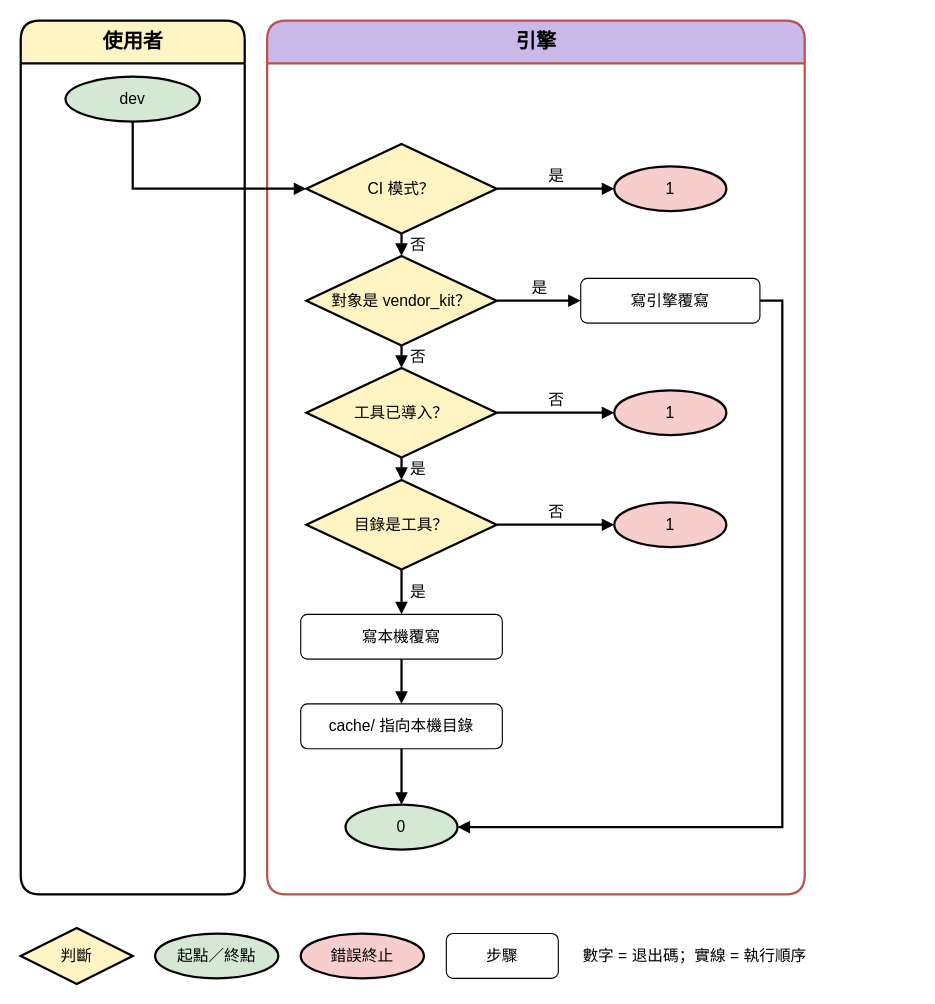
Above: page "dev 流程" (4 of 11) of doc/decisions/research/diagram_proposals/proposal_claude_v3.drawio in ycpss91255-research/vendor_kit (draw.io), before the change. Source tidied: cells renumbered, new cells numbered last; positions are measured from the earlier drawing's top-left corner, leaving out a move shared by most shapes. Both pictures are drawn from the tidied source at 112%, with x=0, y=0 at pixel (20, 20).
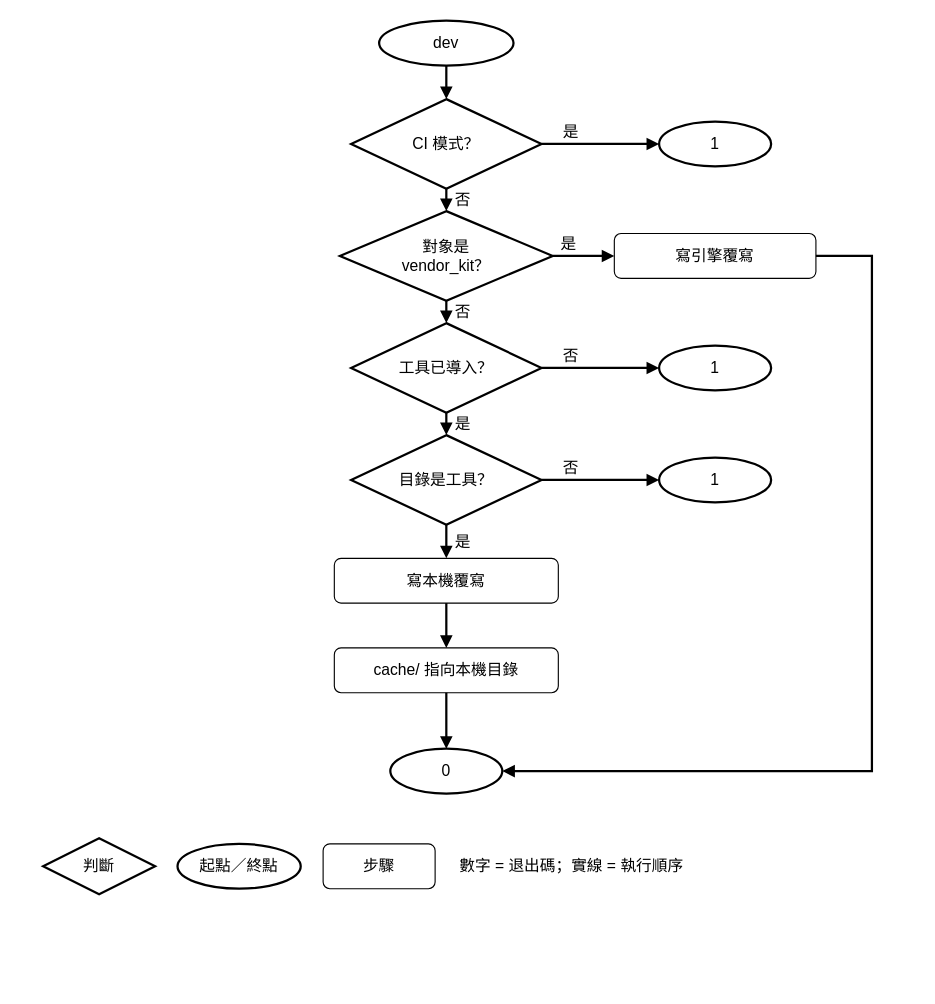
The same diagram, later.

The edit, as a diff of the source:
```diff
@@
-    <mxCell id="2" value="使用者" style="swimlane;html=1;rounded=1;startSize=38;fontStyle=1;fontSize=18;fillColor=#FFF4C3;swimlaneFillColor=#ffffff;strokeColor=#000000;strokeWidth=2;" parent="1" vertex="1">
-      <mxGeometry width="200" height="780" as="geometry" />
-    </mxCell>
-    <mxCell id="3" value="引擎" style="swimlane;html=1;rounded=1;startSize=38;fontStyle=1;fontSize=18;fillColor=#c9b8e8;swimlaneFillColor=#ffffff;strokeColor=#b85450;strokeWidth=2;" parent="1" vertex="1">
-      <mxGeometry x="220" width="480" height="780" as="geometry" />
-    </mxCell>
-    <mxCell id="4" value="dev" style="ellipse;whiteSpace=wrap;html=1;fillColor=#d5e8d4;strokeColor=#000000;strokeWidth=2;fontSize=14;" parent="2" vertex="1">
-      <mxGeometry x="40" y="50" width="120" height="40" as="geometry" />
+    <mxCell id="4" value="dev" style="ellipse;whiteSpace=wrap;html=1;fillColor=#ffffff;strokeColor=#000000;strokeWidth=2;fontSize=14;spacingLeft=15;spacingRight=15;spacingTop=6;spacingBottom=6;" parent="1" vertex="1">
+      <mxGeometry x="320" width="120" height="40" as="geometry" />
     </mxCell>
-    <mxCell id="5" value="CI 模式？" style="rhombus;whiteSpace=wrap;html=1;fillColor=#FFF4C3;strokeColor=#000000;strokeWidth=2;fontSize=14;" parent="3" vertex="1">
-      <mxGeometry x="35" y="110" width="170" height="80" as="geometry" />
+    <mxCell id="5" value="CI 模式？" style="rhombus;whiteSpace=wrap;html=1;fillColor=#ffffff;strokeColor=#000000;strokeWidth=2;fontSize=14;spacingLeft=42;spacingRight=42;spacingTop=20;spacingBottom=20;" parent="1" vertex="1">
+      <mxGeometry x="295" y="70" width="170" height="80" as="geometry" />
     </mxCell>
-    <mxCell id="6" value="1" style="ellipse;whiteSpace=wrap;html=1;fillColor=#f8cecc;strokeColor=#000000;strokeWidth=2;fontSize=14;" parent="3" vertex="1">
-      <mxGeometry x="310" y="130" width="100" height="40" as="geometry" />
+    <mxCell id="6" value="1" style="ellipse;whiteSpace=wrap;html=1;fillColor=#ffffff;strokeColor=#000000;strokeWidth=2;fontSize=14;spacingLeft=15;spacingRight=15;spacingTop=6;spacingBottom=6;" parent="1" vertex="1">
+      <mxGeometry x="570" y="90" width="100" height="40" as="geometry" />
     </mxCell>
-    <mxCell id="7" value="對象是 vendor_kit？" style="rhombus;whiteSpace=wrap;html=1;fillColor=#FFF4C3;strokeColor=#000000;strokeWidth=2;fontSize=14;" parent="3" vertex="1">
-      <mxGeometry x="35" y="210" width="170" height="80" as="geometry" />
+    <mxCell id="7" value="對象是 vendor_kit？" style="rhombus;whiteSpace=wrap;html=1;fillColor=#ffffff;strokeColor=#000000;strokeWidth=2;fontSize=14;spacingLeft=36;spacingRight=36;spacingTop=20;spacingBottom=20;" parent="1" vertex="1">
+      <mxGeometry x="285" y="170" width="190" height="80" as="geometry" />
     </mxCell>
-    <mxCell id="8" value="寫引擎覆寫" style="rounded=1;whiteSpace=wrap;html=1;fillColor=#ffffff;strokeColor=light-dark(#000000,#9577A3);fontSize=14;strokeWidth=1;" parent="3" vertex="1">
-      <mxGeometry x="280" y="230" width="160" height="40" as="geometry" />
+    <mxCell id="8" value="寫引擎覆寫" style="rounded=1;whiteSpace=wrap;html=1;fillColor=#ffffff;strokeColor=light-dark(#000000,#9577A3);fontSize=14;strokeWidth=1;" parent="1" vertex="1">
+      <mxGeometry x="530" y="190" width="180" height="40" as="geometry" />
     </mxCell>
-    <mxCell id="9" value="工具已導入？" style="rhombus;whiteSpace=wrap;html=1;fillColor=#FFF4C3;strokeColor=#000000;strokeWidth=2;fontSize=14;" parent="3" vertex="1">
-      <mxGeometry x="35" y="310" width="170" height="80" as="geometry" />
+    <mxCell id="9" value="工具已導入？" style="rhombus;whiteSpace=wrap;html=1;fillColor=#ffffff;strokeColor=#000000;strokeWidth=2;fontSize=14;spacingLeft=42;spacingRight=42;spacingTop=20;spacingBottom=20;" parent="1" vertex="1">
+      <mxGeometry x="295" y="270" width="170" height="80" as="geometry" />
     </mxCell>
-    <mxCell id="10" value="1" style="ellipse;whiteSpace=wrap;html=1;fillColor=#f8cecc;strokeColor=#000000;strokeWidth=2;fontSize=14;" parent="3" vertex="1">
-      <mxGeometry x="310" y="330" width="100" height="40" as="geometry" />
+    <mxCell id="10" value="1" style="ellipse;whiteSpace=wrap;html=1;fillColor=#ffffff;strokeColor=#000000;strokeWidth=2;fontSize=14;spacingLeft=15;spacingRight=15;spacingTop=6;spacingBottom=6;" parent="1" vertex="1">
+      <mxGeometry x="570" y="290" width="100" height="40" as="geometry" />
     </mxCell>
-    <mxCell id="11" value="目錄是工具？" style="rhombus;whiteSpace=wrap;html=1;fillColor=#FFF4C3;strokeColor=#000000;strokeWidth=2;fontSize=14;" parent="3" vertex="1">
-      <mxGeometry x="35" y="410" width="170" height="80" as="geometry" />
+    <mxCell id="11" value="目錄是工具？" style="rhombus;whiteSpace=wrap;html=1;fillColor=#ffffff;strokeColor=#000000;strokeWidth=2;fontSize=14;spacingLeft=42;spacingRight=42;spacingTop=20;spacingBottom=20;" parent="1" vertex="1">
+      <mxGeometry x="295" y="370" width="170" height="80" as="geometry" />
     </mxCell>
-    <mxCell id="12" value="1" style="ellipse;whiteSpace=wrap;html=1;fillColor=#f8cecc;strokeColor=#000000;strokeWidth=2;fontSize=14;" parent="3" vertex="1">
-      <mxGeometry x="310" y="430" width="100" height="40" as="geometry" />
+    <mxCell id="12" value="1" style="ellipse;whiteSpace=wrap;html=1;fillColor=#ffffff;strokeColor=#000000;strokeWidth=2;fontSize=14;spacingLeft=15;spacingRight=15;spacingTop=6;spacingBottom=6;" parent="1" vertex="1">
+      <mxGeometry x="570" y="390" width="100" height="40" as="geometry" />
     </mxCell>
-    <mxCell id="13" value="寫本機覆寫" style="rounded=1;whiteSpace=wrap;html=1;fillColor=#ffffff;strokeColor=light-dark(#000000,#9577A3);fontSize=14;strokeWidth=1;" parent="3" vertex="1">
-      <mxGeometry x="30" y="530" width="180" height="40" as="geometry" />
+    <mxCell id="13" value="寫本機覆寫" style="rounded=1;whiteSpace=wrap;html=1;fillColor=#ffffff;strokeColor=light-dark(#000000,#9577A3);fontSize=14;strokeWidth=1;" parent="1" vertex="1">
+      <mxGeometry x="280" y="480" width="200" height="40" as="geometry" />
     </mxCell>
-    <mxCell id="14" value="cache/ 指向本機目錄" style="rounded=1;whiteSpace=wrap;html=1;fillColor=#ffffff;strokeColor=light-dark(#000000,#9577A3);fontSize=14;strokeWidth=1;" parent="3" vertex="1">
-      <mxGeometry x="30" y="610" width="180" height="40" as="geometry" />
+    <mxCell id="14" value="cache/ 指向本機目錄" style="rounded=1;whiteSpace=wrap;html=1;fillColor=#ffffff;strokeColor=light-dark(#000000,#9577A3);fontSize=14;strokeWidth=1;" parent="1" vertex="1">
+      <mxGeometry x="280" y="560" width="200" height="40" as="geometry" />
     </mxCell>
-    <mxCell id="15" value="0" style="ellipse;whiteSpace=wrap;html=1;fillColor=#d5e8d4;strokeColor=#000000;strokeWidth=2;fontSize=14;" parent="3" vertex="1">
-      <mxGeometry x="70" y="700" width="100" height="40" as="geometry" />
+    <mxCell id="15" value="0" style="ellipse;whiteSpace=wrap;html=1;fillColor=#ffffff;strokeColor=#000000;strokeWidth=2;fontSize=14;spacingLeft=15;spacingRight=15;spacingTop=6;spacingBottom=6;" parent="1" vertex="1">
+      <mxGeometry x="330" y="650" width="100" height="40" as="geometry" />
     </mxCell>
-    <mxCell id="16" style="edgeStyle=orthogonalEdgeStyle;rounded=0;html=1;endArrow=block;endFill=1;strokeWidth=2;fontSize=14;exitX=0.5;exitY=1;entryX=0;entryY=0.5;" parent="1" edge="1" source="4" target="5">
+    <mxCell id="16" style="edgeStyle=orthogonalEdgeStyle;rounded=0;html=1;endArrow=block;endFill=1;strokeWidth=2;fontSize=14;exitX=0.5;exitY=1;exitDx=0;exitDy=0;entryX=0.5;entryY=0;entryDx=0;entryDy=0;" parent="1" edge="1" source="4" target="5">
       <mxGeometry relative="1" as="geometry" />
     </mxCell>
-    <mxCell id="17" value="是" style="edgeStyle=orthogonalEdgeStyle;rounded=0;html=1;endArrow=block;endFill=1;strokeWidth=2;fontSize=14;exitX=1;exitY=0.5;entryX=0;entryY=0.5;verticalAlign=bottom;" parent="1" edge="1" source="5" target="6">
-      <mxGeometry relative="1" as="geometry" />
+    <mxCell id="17" value="是" style="edgeStyle=orthogonalEdgeStyle;rounded=0;html=1;endArrow=block;endFill=1;strokeWidth=2;fontSize=14;exitX=1;exitY=0.5;exitDx=0;exitDy=0;entryX=0;entryY=0.5;entryDx=0;entryDy=0;verticalAlign=bottom;" parent="1" edge="1" source="5" target="6">
+      <mxGeometry x="-0.5" relative="1" as="geometry" />
     </mxCell>
-    <mxCell id="18" value="否" style="edgeStyle=orthogonalEdgeStyle;rounded=0;html=1;endArrow=block;endFill=1;strokeWidth=2;fontSize=14;exitX=0.5;exitY=1;entryX=0.5;entryY=0;align=left;spacingLeft=6;" parent="1" edge="1" source="5" target="7">
+    <mxCell id="18" value="否" style="edgeStyle=orthogonalEdgeStyle;rounded=0;html=1;endArrow=block;endFill=1;strokeWidth=2;fontSize=14;exitX=0.5;exitY=1;exitDx=0;exitDy=0;entryX=0.5;entryY=0;entryDx=0;entryDy=0;align=left;spacingLeft=6;" parent="1" edge="1" source="5" target="7">
       <mxGeometry relative="1" as="geometry" />
     </mxCell>
-    <mxCell id="19" value="是" style="edgeStyle=orthogonalEdgeStyle;rounded=0;html=1;endArrow=block;endFill=1;strokeWidth=2;fontSize=14;exitX=1;exitY=0.5;entryX=0;entryY=0.5;verticalAlign=bottom;" parent="1" edge="1" source="7" target="8">
-      <mxGeometry relative="1" as="geometry" />
+    <mxCell id="19" value="是" style="edgeStyle=orthogonalEdgeStyle;rounded=0;html=1;endArrow=block;endFill=1;strokeWidth=2;fontSize=14;exitX=1;exitY=0.5;exitDx=0;exitDy=0;entryX=0;entryY=0.5;entryDx=0;entryDy=0;verticalAlign=bottom;" parent="1" edge="1" source="7" target="8">
+      <mxGeometry x="-0.5" relative="1" as="geometry" />
     </mxCell>
-    <mxCell id="20" value="否" style="edgeStyle=orthogonalEdgeStyle;rounded=0;html=1;endArrow=block;endFill=1;strokeWidth=2;fontSize=14;exitX=0.5;exitY=1;entryX=0.5;entryY=0;align=left;spacingLeft=6;" parent="1" edge="1" source="7" target="9">
+    <mxCell id="20" value="否" style="edgeStyle=orthogonalEdgeStyle;rounded=0;html=1;endArrow=block;endFill=1;strokeWidth=2;fontSize=14;exitX=0.5;exitY=1;exitDx=0;exitDy=0;entryX=0.5;entryY=0;entryDx=0;entryDy=0;align=left;spacingLeft=6;" parent="1" edge="1" source="7" target="9">
       <mxGeometry relative="1" as="geometry" />
     </mxCell>
-    <mxCell id="21" style="edgeStyle=orthogonalEdgeStyle;rounded=0;html=1;endArrow=block;endFill=1;strokeWidth=2;fontSize=14;exitX=1;exitY=0.5;entryX=1;entryY=0.5;" parent="1" edge="1" source="8" target="15">
+    <mxCell id="21" style="edgeStyle=orthogonalEdgeStyle;rounded=0;html=1;endArrow=block;endFill=1;strokeWidth=2;fontSize=14;exitX=1;exitY=0.5;exitDx=0;exitDy=0;entryX=1;entryY=0.5;entryDx=0;entryDy=0;" parent="1" edge="1" source="8" target="15">
       <mxGeometry relative="1" as="geometry">
         <Array as="points">
-          <mxPoint x="680" y="250" />
-          <mxPoint x="680" y="720" />
+          <mxPoint x="760" y="210" />
+          <mxPoint x="760" y="670" />
         </Array>
       </mxGeometry>
     </mxCell>
-    <mxCell id="22" value="否" style="edgeStyle=orthogonalEdgeStyle;rounded=0;html=1;endArrow=block;endFill=1;strokeWidth=2;fontSize=14;exitX=1;exitY=0.5;entryX=0;entryY=0.5;verticalAlign=bottom;" parent="1" edge="1" source="9" target="10">
-      <mxGeometry relative="1" as="geometry" />
+    <mxCell id="22" value="否" style="edgeStyle=orthogonalEdgeStyle;rounded=0;html=1;endArrow=block;endFill=1;strokeWidth=2;fontSize=14;exitX=1;exitY=0.5;exitDx=0;exitDy=0;entryX=0;entryY=0.5;entryDx=0;entryDy=0;verticalAlign=bottom;" parent="1" edge="1" source="9" target="10">
+      <mxGeometry x="-0.5" relative="1" as="geometry" />
     </mxCell>
-    <mxCell id="23" value="是" style="edgeStyle=orthogonalEdgeStyle;rounded=0;html=1;endArrow=block;endFill=1;strokeWidth=2;fontSize=14;exitX=0.5;exitY=1;entryX=0.5;entryY=0;align=left;spacingLeft=6;" parent="1" edge="1" source="9" target="11">
+    <mxCell id="23" value="是" style="edgeStyle=orthogonalEdgeStyle;rounded=0;html=1;endArrow=block;endFill=1;strokeWidth=2;fontSize=14;exitX=0.5;exitY=1;exitDx=0;exitDy=0;entryX=0.5;entryY=0;entryDx=0;entryDy=0;align=left;spacingLeft=6;" parent="1" edge="1" source="9" target="11">
       <mxGeometry relative="1" as="geometry" />
     </mxCell>
-    <mxCell id="24" value="否" style="edgeStyle=orthogonalEdgeStyle;rounded=0;html=1;endArrow=block;endFill=1;strokeWidth=2;fontSize=14;exitX=1;exitY=0.5;entryX=0;entryY=0.5;verticalAlign=bottom;" parent="1" edge="1" source="11" target="12">
-      <mxGeometry relative="1" as="geometry" />
+    <mxCell id="24" value="否" style="edgeStyle=orthogonalEdgeStyle;rounded=0;html=1;endArrow=block;endFill=1;strokeWidth=2;fontSize=14;exitX=1;exitY=0.5;exitDx=0;exitDy=0;entryX=0;entryY=0.5;entryDx=0;entryDy=0;verticalAlign=bottom;" parent="1" edge="1" source="11" target="12">
+      <mxGeometry x="-0.5" relative="1" as="geometry" />
     </mxCell>
-    <mxCell id="25" value="是" style="edgeStyle=orthogonalEdgeStyle;rounded=0;html=1;endArrow=block;endFill=1;strokeWidth=2;fontSize=14;exitX=0.5;exitY=1;entryX=0.5;entryY=0;align=left;spacingLeft=6;" parent="1" edge="1" source="11" target="13">
+    <mxCell id="25" value="是" style="edgeStyle=orthogonalEdgeStyle;rounded=0;html=1;endArrow=block;endFill=1;strokeWidth=2;fontSize=14;exitX=0.5;exitY=1;exitDx=0;exitDy=0;entryX=0.5;entryY=0;entryDx=0;entryDy=0;align=left;spacingLeft=6;" parent="1" edge="1" source="11" target="13">
       <mxGeometry relative="1" as="geometry" />
     </mxCell>
-    <mxCell id="26" style="edgeStyle=orthogonalEdgeStyle;rounded=0;html=1;endArrow=block;endFill=1;strokeWidth=2;fontSize=14;exitX=0.5;exitY=1;entryX=0.5;entryY=0;" parent="1" edge="1" source="13" target="14">
+    <mxCell id="26" style="edgeStyle=orthogonalEdgeStyle;rounded=0;html=1;endArrow=block;endFill=1;strokeWidth=2;fontSize=14;exitX=0.5;exitY=1;exitDx=0;exitDy=0;entryX=0.5;entryY=0;entryDx=0;entryDy=0;" parent="1" edge="1" source="13" target="14">
       <mxGeometry relative="1" as="geometry" />
     </mxCell>
-    <mxCell id="27" style="edgeStyle=orthogonalEdgeStyle;rounded=0;html=1;endArrow=block;endFill=1;strokeWidth=2;fontSize=14;exitX=0.5;exitY=1;entryX=0.5;entryY=0;" parent="1" edge="1" source="14" target="15">
+    <mxCell id="27" style="edgeStyle=orthogonalEdgeStyle;rounded=0;html=1;endArrow=block;endFill=1;strokeWidth=2;fontSize=14;exitX=0.5;exitY=1;exitDx=0;exitDy=0;entryX=0.5;entryY=0;entryDx=0;entryDy=0;" parent="1" edge="1" source="14" target="15">
       <mxGeometry relative="1" as="geometry" />
     </mxCell>
-    <mxCell id="28" value="判斷" style="rhombus;whiteSpace=wrap;html=1;fillColor=#FFF4C3;strokeColor=#000000;strokeWidth=2;fontSize=14;" parent="1" vertex="1">
-      <mxGeometry y="810" width="100" height="50" as="geometry" />
+    <mxCell id="28" value="判斷" style="rhombus;whiteSpace=wrap;html=1;fillColor=#ffffff;strokeColor=#000000;strokeWidth=2;fontSize=14;spacingLeft=25;spacingRight=25;spacingTop=12;spacingBottom=12;" parent="1" vertex="1">
+      <mxGeometry x="20" y="730" width="100" height="50" as="geometry" />
     </mxCell>
-    <mxCell id="29" value="起點／終點" style="ellipse;whiteSpace=wrap;html=1;fillColor=#d5e8d4;strokeColor=#000000;strokeWidth=2;fontSize=14;" parent="1" vertex="1">
-      <mxGeometry x="120" y="815" width="110" height="40" as="geometry" />
+    <mxCell id="29" value="起點／終點" style="ellipse;whiteSpace=wrap;html=1;fillColor=#ffffff;strokeColor=#000000;strokeWidth=2;fontSize=14;spacingLeft=16;spacingRight=16;spacingTop=6;spacingBottom=6;" parent="1" vertex="1">
+      <mxGeometry x="140" y="735" width="110" height="40" as="geometry" />
     </mxCell>
-    <mxCell id="30" value="錯誤終止" style="ellipse;whiteSpace=wrap;html=1;fillColor=#f8cecc;strokeColor=#000000;strokeWidth=2;fontSize=14;" parent="1" vertex="1">
-      <mxGeometry x="250" y="815" width="110" height="40" as="geometry" />
-    </mxCell>
     <mxCell id="31" value="步驟" style="rounded=1;whiteSpace=wrap;html=1;fillColor=#ffffff;strokeColor=light-dark(#000000,#9577A3);fontSize=14;strokeWidth=1;" parent="1" vertex="1">
-      <mxGeometry x="380" y="815" width="100" height="40" as="geometry" />
+      <mxGeometry x="270" y="735" width="100" height="40" as="geometry" />
     </mxCell>
     <mxCell id="32" value="數字 = 退出碼；實線 = 執行順序" style="text;html=1;align=left;verticalAlign=middle;fontSize=14;" parent="1" vertex="1">
-      <mxGeometry x="500" y="815" width="300" height="40" as="geometry" />
+      <mxGeometry x="390" y="735" width="300" height="40" as="geometry" />
     </mxCell>
```
